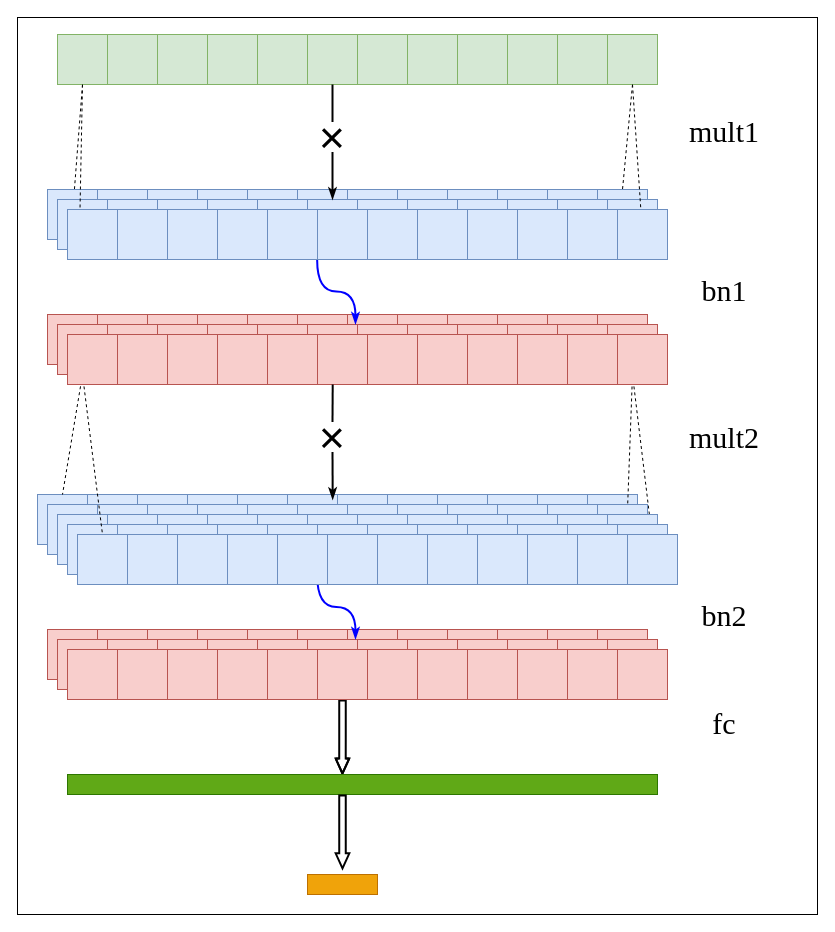
1009351456/Anonymous keeps this draw.io diagram as Untitled Diagram.drawio. Above is the earlier version. Source tidied: cells renumbered, new cells numbered last; positions are measured from the earlier drawing's top-left corner, leaving out a move shared by most shapes. Both pictures are drawn from the tidied source at 100%, with x=0, y=0 at pixel (17, 17).
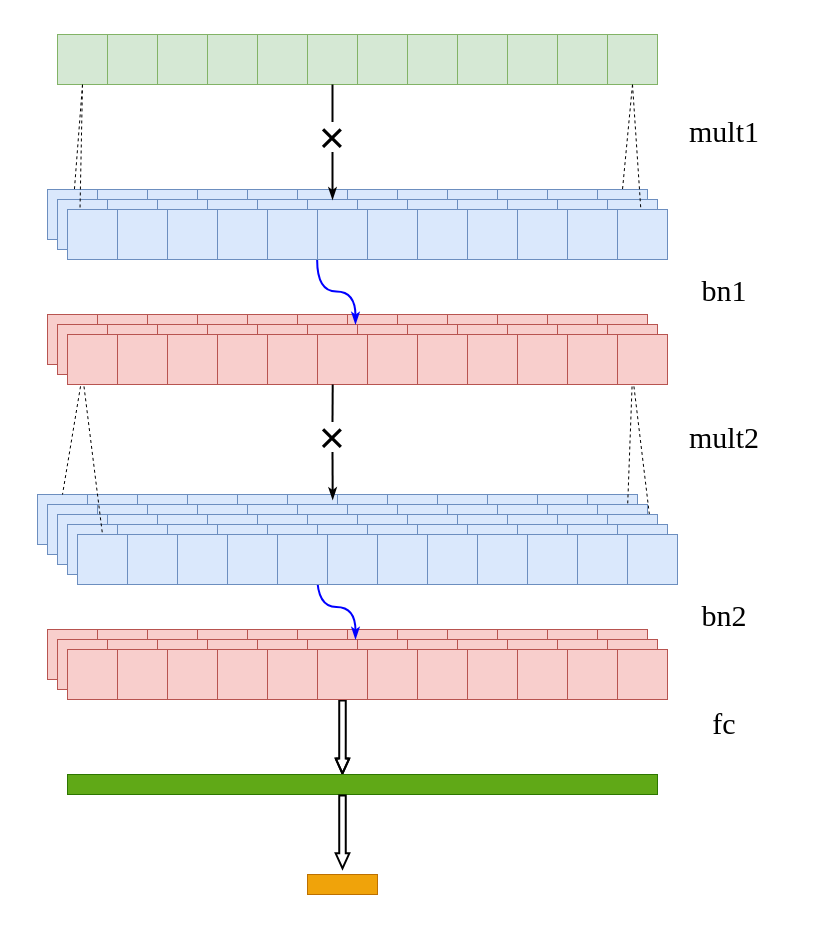
The same page after the edit.

The edit, as a diff of the source:
```diff
@@
-    <mxCell id="2" style="rounded=0;whiteSpace=wrap;html=1;fontFamily=Times New Roman;fontSize=30;align=center;" parent="1" vertex="1">
+    <mxCell id="2" style="rounded=0;whiteSpace=wrap;html=1;fontFamily=Times New Roman;fontSize=30;align=center;strokeColor=none;" parent="1" vertex="1">
       <mxGeometry width="800" height="897" as="geometry" />
     </mxCell>
```
